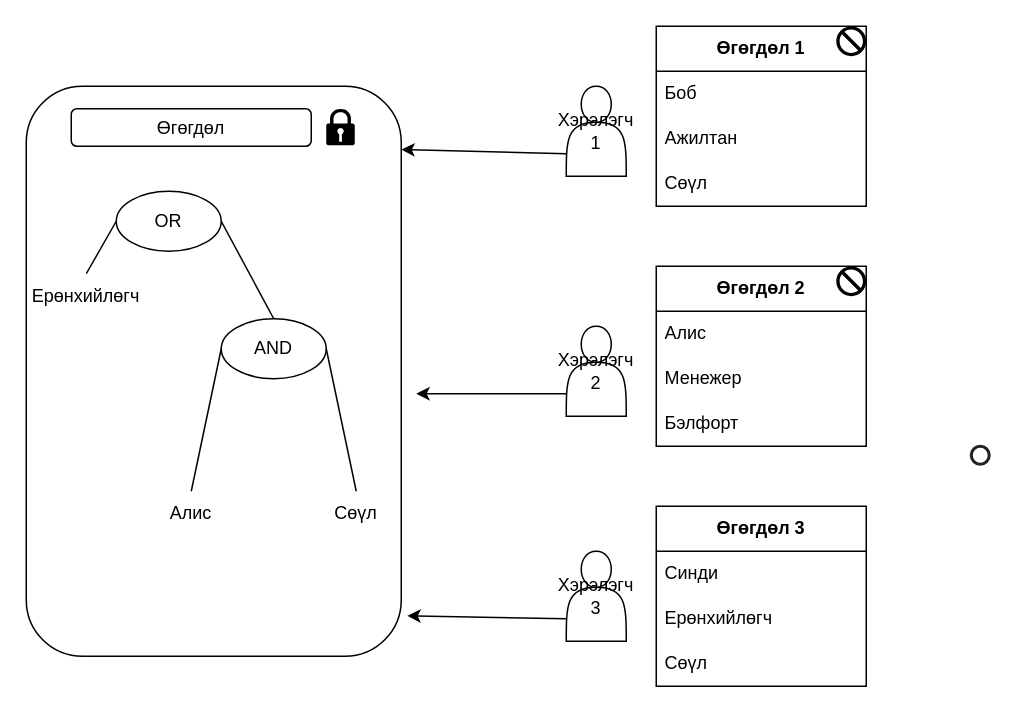
This is draw.io/cp-abe.drawio from myagmartseren/pre_report, a draw.io file, before an edit. Source tidied: cells renumbered, new cells numbered last; positions are measured from the earlier drawing's top-left corner, leaving out a move shared by most shapes. Both pictures are drawn from the tidied source at 150%, with x=0, y=0 at pixel (26, 26).
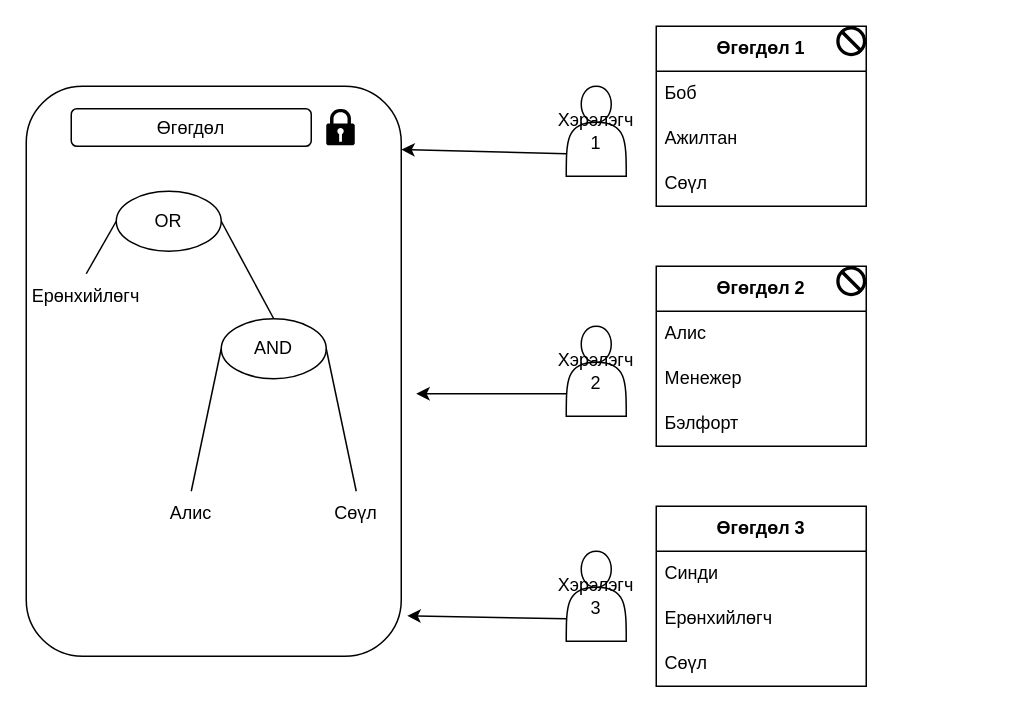
After the change.

Diff of the diagram source:
```diff
@@
-    <mxCell id="34" style="html=1;verticalLabelPosition=bottom;labelBackgroundColor=#ffffff;verticalAlign=top;shadow=0;dashed=0;strokeWidth=2;shape=mxgraph.ios7.misc.circle;strokeColor=#222222;fillColor=none;" parent="1" vertex="1">
-      <mxGeometry x="630" y="280" width="12" height="12" as="geometry" />
-    </mxCell>
```
